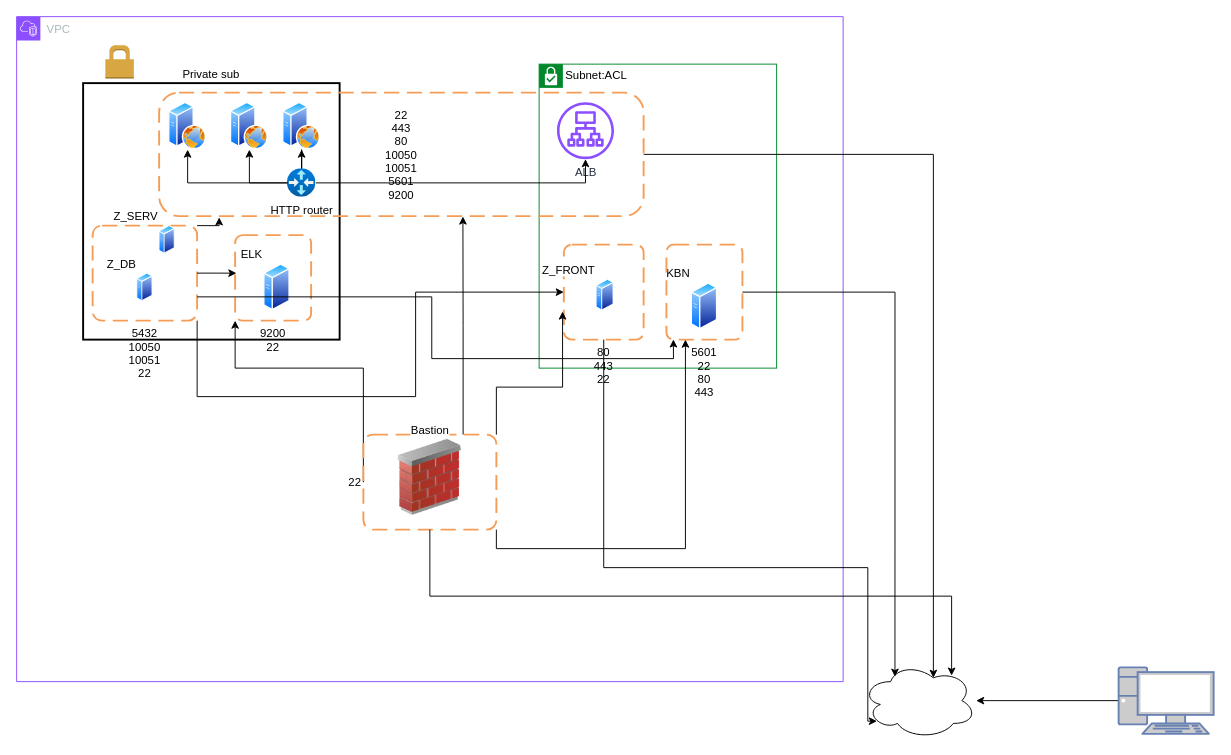
Above: Курсовая.drawio in Loginochka/Coursework-DevOps (draw.io), before the change. Source tidied: cells renumbered, new cells numbered last; positions are measured from the earlier drawing's top-left corner, leaving out a move shared by most shapes. Both pictures are drawn from the tidied source at 95%, with x=0, y=0 at pixel (16, 16).
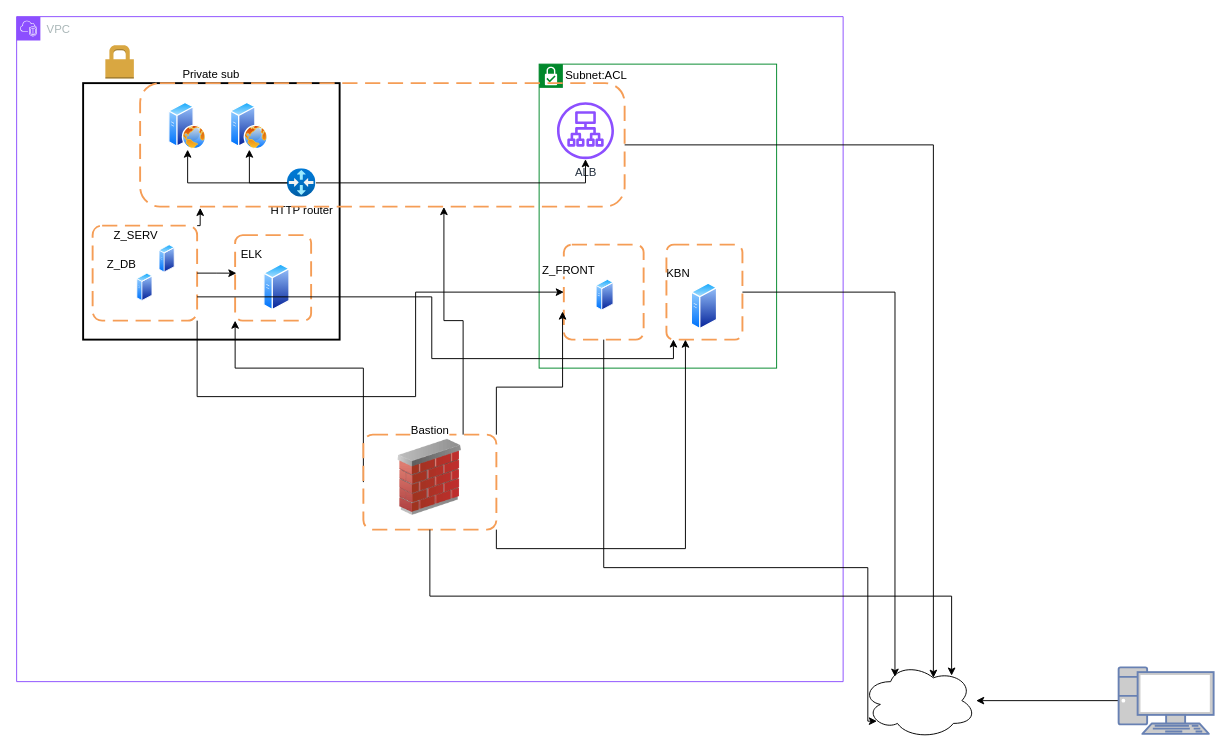
The same page after the edit.

The change refers to these unchanged cells:
```xml
<mxCell id="3" value="VPC" style="gradientColor=none;html=1;whiteSpace=wrap;fontSize=12;fontStyle=0;shape=mxgraph.aws4.group;grIcon=mxgraph.aws4.group_vpc2;strokeColor=#8C4FFF;fillColor=none;verticalAlign=top;align=left;spacingLeft=30;fontColor=#AAB7B8;dashed=0;" parent="1" vertex="1">
  <mxGeometry width="870" height="700" as="geometry" />
</mxCell>
<mxCell id="5" value="Subnet:ACL" style="shape=mxgraph.ibm.box;prType=subnet;fontStyle=0;verticalAlign=top;align=left;spacingLeft=32;spacingTop=4;fillColor=default;rounded=0;whiteSpace=wrap;html=1;strokeColor=#00882B;strokeWidth=1;dashed=0;spacing=-4;gradientColor=none;" parent="3" vertex="1">
  <mxGeometry x="550" y="50" width="250" height="320" as="geometry" />
</mxCell>
<mxCell id="21" value=" HTTP router" style="image;html=1;points=[];align=center;fontSize=12;image=img/lib/azure2/networking/Virtual_Router.svg;" parent="3" vertex="1">
  <mxGeometry x="285" y="160" width="30" height="30" as="geometry" />
</mxCell>
```

Diff of the diagram source:
```diff
@@
-    <mxCell id="6" value="80&#10;443&#10;22" style="rounded=1;arcSize=10;dashed=1;strokeColor=#F59D56;fillColor=none;gradientColor=none;dashPattern=8 4;strokeWidth=2;labelPosition=center;verticalLabelPosition=bottom;align=center;verticalAlign=top;labelBorderColor=none;" parent="5" vertex="1">
+    <mxCell id="6" style="rounded=1;arcSize=10;dashed=1;strokeColor=#F59D56;fillColor=none;gradientColor=none;dashPattern=8 4;strokeWidth=2;labelPosition=center;verticalLabelPosition=bottom;align=center;verticalAlign=top;labelBorderColor=none;" parent="5" vertex="1">
       <mxGeometry x="26" y="190" width="84" height="100" as="geometry" />
     </mxCell>
@@
-    <mxCell id="9" value="5601&#10;22&#10;80&#10;443" style="rounded=1;arcSize=10;dashed=1;strokeColor=#F59D56;fillColor=none;gradientColor=none;dashPattern=8 4;strokeWidth=2;labelPosition=center;verticalLabelPosition=bottom;align=center;verticalAlign=top;labelBorderColor=none;" parent="5" vertex="1">
+    <mxCell id="9" style="rounded=1;arcSize=10;dashed=1;strokeColor=#F59D56;fillColor=none;gradientColor=none;dashPattern=8 4;strokeWidth=2;labelPosition=center;verticalLabelPosition=bottom;align=center;verticalAlign=top;labelBorderColor=none;" parent="5" vertex="1">
       <mxGeometry x="134" y="190" width="80" height="100" as="geometry" />
     </mxCell>
@@
-    <mxCell id="11" style="image;perimeter=ellipsePerimeter;html=1;align=center;shadow=0;dashed=0;spacingTop=3;image=img/lib/active_directory/web_server.svg;" parent="3" vertex="1">
-      <mxGeometry x="280" y="90" width="40" height="50" as="geometry" />
-    </mxCell>
@@
-    <mxCell id="13" value="9200&#10;22" style="rounded=1;arcSize=10;dashed=1;strokeColor=#F59D56;fillColor=none;gradientColor=none;dashPattern=8 4;strokeWidth=2;labelPosition=center;verticalLabelPosition=bottom;align=center;verticalAlign=top;labelBorderColor=none;" parent="3" vertex="1">
+    <mxCell id="13" style="rounded=1;arcSize=10;dashed=1;strokeColor=#F59D56;fillColor=none;gradientColor=none;dashPattern=8 4;strokeWidth=2;labelPosition=center;verticalLabelPosition=bottom;align=center;verticalAlign=top;labelBorderColor=none;" parent="3" vertex="1">
       <mxGeometry x="230" y="230" width="80" height="90" as="geometry" />
     </mxCell>
@@
-    <mxCell id="16" value="22" style="rounded=1;arcSize=10;dashed=1;strokeColor=#F59D56;fillColor=none;gradientColor=none;dashPattern=8 4;strokeWidth=2;labelPosition=left;verticalLabelPosition=middle;align=right;verticalAlign=middle;labelBorderColor=none;" parent="3" vertex="1">
+    <mxCell id="16" style="rounded=1;arcSize=10;dashed=1;strokeColor=#F59D56;fillColor=none;gradientColor=none;dashPattern=8 4;strokeWidth=2;labelPosition=left;verticalLabelPosition=middle;align=right;verticalAlign=middle;labelBorderColor=none;" parent="3" vertex="1">
       <mxGeometry x="365" y="440" width="140" height="100" as="geometry" />
     </mxCell>
@@
-    <mxCell id="19" style="edgeStyle=orthogonalEdgeStyle;rounded=0;jettySize=auto;html=1;" parent="3" edge="1" source="21" target="11">
-      <mxGeometry relative="1" as="geometry" />
-    </mxCell>
@@
-    <mxCell id="23" value="5432&#10;10050&#10;10051&#10;22" style="rounded=1;arcSize=10;dashed=1;strokeColor=#F59D56;fillColor=none;gradientColor=none;dashPattern=8 4;strokeWidth=2;labelPosition=center;verticalLabelPosition=bottom;align=center;verticalAlign=top;labelBorderColor=none;" parent="3" vertex="1">
+    <mxCell id="23" style="rounded=1;arcSize=10;dashed=1;strokeColor=#F59D56;fillColor=none;gradientColor=none;dashPattern=8 4;strokeWidth=2;labelPosition=center;verticalLabelPosition=bottom;align=center;verticalAlign=top;labelBorderColor=none;" parent="3" vertex="1">
       <mxGeometry x="80" y="220" width="110" height="100" as="geometry" />
     </mxCell>
     <mxCell id="24" value="Z_SERV" style="image;perimeter=ellipsePerimeter;html=1;align=right;shadow=0;dashed=0;spacingTop=3;image=img/lib/active_directory/generic_server.svg;labelPosition=left;verticalLabelPosition=top;verticalAlign=bottom;" parent="3" vertex="1">
-      <mxGeometry x="150" y="220" width="16.8" height="30" as="geometry" />
+      <mxGeometry x="150" y="240" width="16.8" height="30" as="geometry" />
     </mxCell>
@@
+    <mxCell id="39" style="rounded=1;arcSize=16;dashed=1;strokeColor=#F59D56;fillColor=none;gradientColor=none;dashPattern=8 4;strokeWidth=2;labelPosition=center;verticalLabelPosition=middle;align=center;verticalAlign=middle;labelBorderColor=none;" parent="3" vertex="1">
+      <mxGeometry x="130" y="70" width="510" height="130" as="geometry" />
+    </mxCell>
+    <mxCell id="33" style="edgeStyle=orthogonalEdgeStyle;rounded=0;jettySize=auto;html=1;exitX=0.75;exitY=0;exitDx=0;exitDy=0;entryX=0.627;entryY=1.003;entryDx=0;entryDy=0;entryPerimeter=0;" parent="3" edge="1" source="16" target="39">
+      <mxGeometry relative="1" as="geometry" />
+    </mxCell>
+    <mxCell id="41" style="edgeStyle=orthogonalEdgeStyle;rounded=0;jettySize=auto;html=1;exitX=1;exitY=0;exitDx=0;exitDy=0;entryX=0.124;entryY=1.01;entryDx=0;entryDy=0;entryPerimeter=0;" parent="3" edge="1" source="23" target="39">
+      <mxGeometry relative="1" as="geometry" />
+    </mxCell>
@@
-    <mxCell id="33" style="edgeStyle=orthogonalEdgeStyle;rounded=0;jettySize=auto;html=1;exitX=0.75;exitY=0;exitDx=0;exitDy=0;entryX=0.627;entryY=1.003;entryDx=0;entryDy=0;entryPerimeter=0;" parent="1" edge="1" source="16" target="39">
-      <mxGeometry relative="1" as="geometry" />
-    </mxCell>
@@
-    <mxCell id="39" value="22&#10;443&#10;80&#10;10050&#10;10051&#10;5601&#10;9200" style="rounded=1;arcSize=16;dashed=1;strokeColor=#F59D56;fillColor=none;gradientColor=none;dashPattern=8 4;strokeWidth=2;labelPosition=center;verticalLabelPosition=middle;align=center;verticalAlign=middle;labelBorderColor=none;" parent="1" vertex="1">
-      <mxGeometry x="150" y="80" width="510" height="130" as="geometry" />
-    </mxCell>
@@
-    <mxCell id="41" style="edgeStyle=orthogonalEdgeStyle;rounded=0;jettySize=auto;html=1;exitX=1;exitY=0;exitDx=0;exitDy=0;entryX=0.124;entryY=1.01;entryDx=0;entryDy=0;entryPerimeter=0;" parent="1" edge="1" source="23" target="39">
-      <mxGeometry relative="1" as="geometry" />
-    </mxCell>
```
